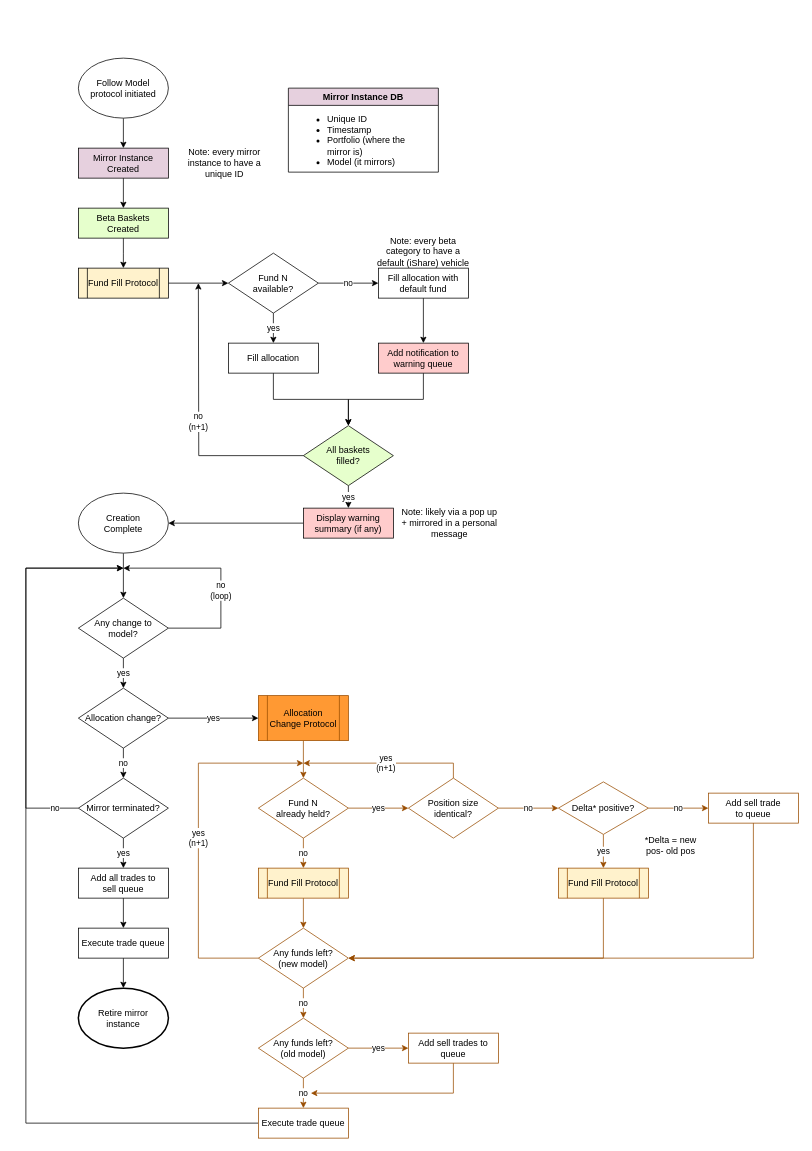
Above: page "Beta Model" (2 of 2) of Untitled Diagram.drawio in omerkulov/New (draw.io), before the change. Source tidied: cells renumbered, new cells numbered last; positions are measured from the earlier drawing's top-left corner, leaving out a move shared by most shapes. Both pictures are drawn from the tidied source at 75%, with x=0, y=0 at pixel (26, 58).
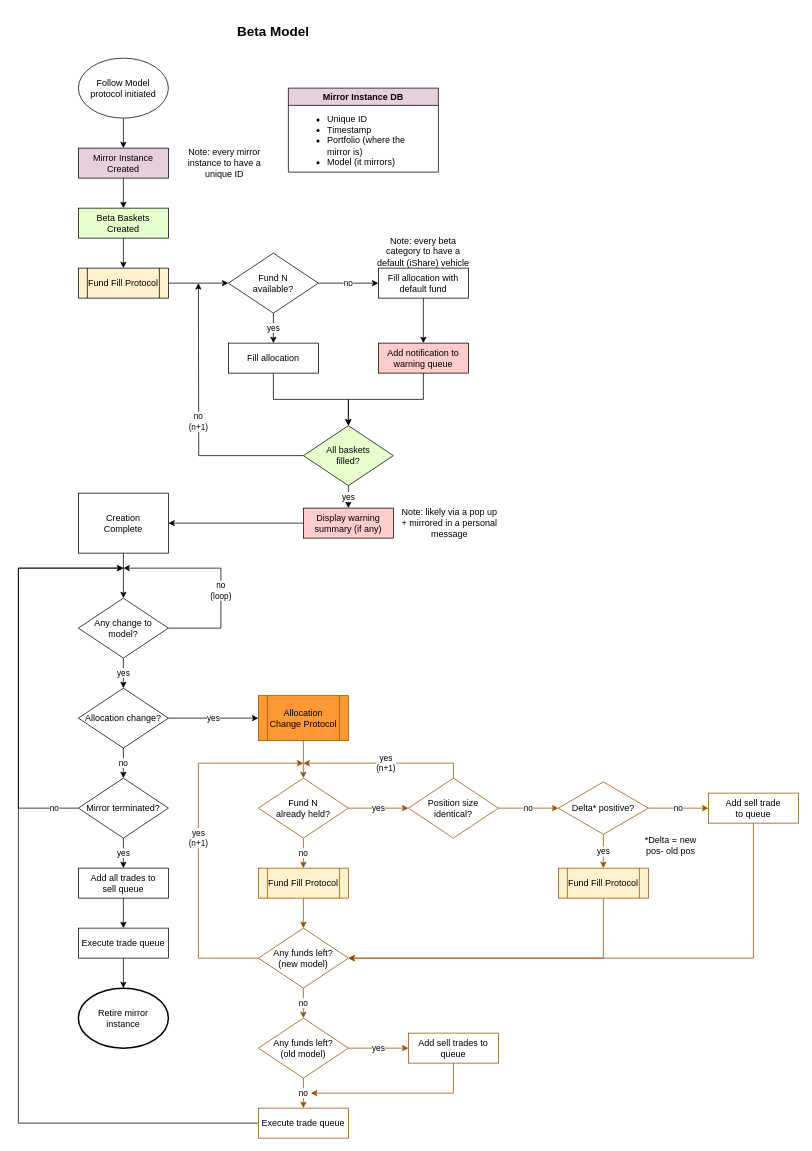
The same page after the edit.

Unchanged cells that the change refers to:
```xml
<mxCell id="32" value="Mirror terminated?" style="rhombus;whiteSpace=wrap;html=1;fontFamily=Helvetica;fontSize=12;fontColor=#000000;align=center;strokeColor=#000000;fillColor=#ffffff;" parent="1" vertex="1">
  <mxGeometry x="70" y="960" width="120" height="80" as="geometry" />
</mxCell>
<mxCell id="73" value="Execute trade queue" style="rounded=0;whiteSpace=wrap;html=1;fontFamily=Helvetica;fontSize=12;fontColor=#000000;align=center;strokeColor=#994C00;" parent="1" vertex="1">
  <mxGeometry x="310" y="1400" width="120" height="40" as="geometry" />
</mxCell>
```

Change to the diagram source:
```diff
@@
-    <mxCell id="25" value="Creation&lt;br&gt;Complete" style="ellipse;whiteSpace=wrap;html=1;fontFamily=Helvetica;fontSize=12;fontColor=#000000;align=center;strokeColor=#000000;fillColor=#ffffff;" parent="1" vertex="1">
+    <mxCell id="25" value="Creation&lt;br&gt;Complete" style="rounded=0;whiteSpace=wrap;html=1;fontFamily=Helvetica;fontSize=12;fontColor=#000000;align=center;strokeColor=#000000;fillColor=#ffffff;" parent="1" vertex="1">
       <mxGeometry x="70" y="580" width="120" height="80" as="geometry" />
     </mxCell>
@@
     <mxCell id="29" style="edgeStyle=orthogonalEdgeStyle;rounded=0;jettySize=auto;html=1;strokeColor=#000000;exitX=0;exitY=0.5;exitDx=0;exitDy=0;" parent="1" edge="1" source="73">
       <mxGeometry x="-0.47" y="-200" relative="1" as="geometry">
         <mxPoint x="130" y="680" as="targetPoint" />
         <Array as="points">
-          <mxPoint y="1420" />
-          <mxPoint y="680" />
+          <mxPoint x="-10" y="1420" />
+          <mxPoint x="-10" y="680" />
         </Array>
         <mxPoint x="-200" y="-200" as="offset" />
       </mxGeometry>
     </mxCell>
@@
     <mxCell id="31" value="no" style="edgeStyle=orthogonalEdgeStyle;rounded=0;jettySize=auto;html=1;strokeColor=#000000;" parent="1" edge="1" source="32">
       <mxGeometry x="-0.88" relative="1" as="geometry">
         <mxPoint x="130" y="680" as="targetPoint" />
         <Array as="points">
-          <mxPoint y="1000" />
-          <mxPoint y="680" />
+          <mxPoint x="-10" y="1000" />
+          <mxPoint x="-10" y="680" />
         </Array>
       </mxGeometry>
     </mxCell>
@@
+    <mxCell id="74" value="&lt;font style=&quot;font-size: 18px&quot;&gt;&lt;b&gt;Beta Model&lt;/b&gt;&lt;/font&gt;" style="text;html=1;strokeColor=none;fillColor=none;align=center;verticalAlign=middle;whiteSpace=wrap;rounded=0;" parent="1" vertex="1">
+      <mxGeometry x="255" y="-60" width="150" height="50" as="geometry" />
+    </mxCell>
```
